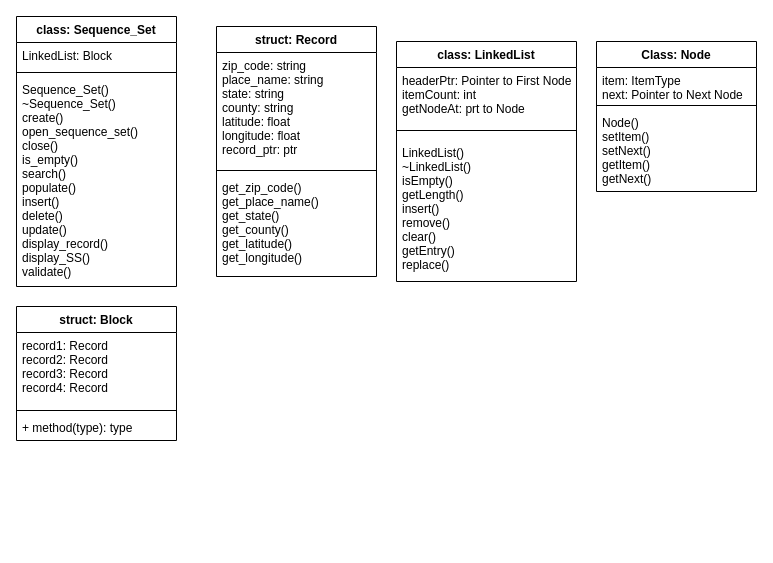
Before: UML.drawio in chrismd2/CSci-331-Goup-6, a draw.io diagram. Source tidied: cells renumbered, new cells numbered last; positions are measured from the earlier drawing's top-left corner, leaving out a move shared by most shapes. Both pictures are drawn from the tidied source at 100%, with x=0, y=0 at pixel (16, 16).
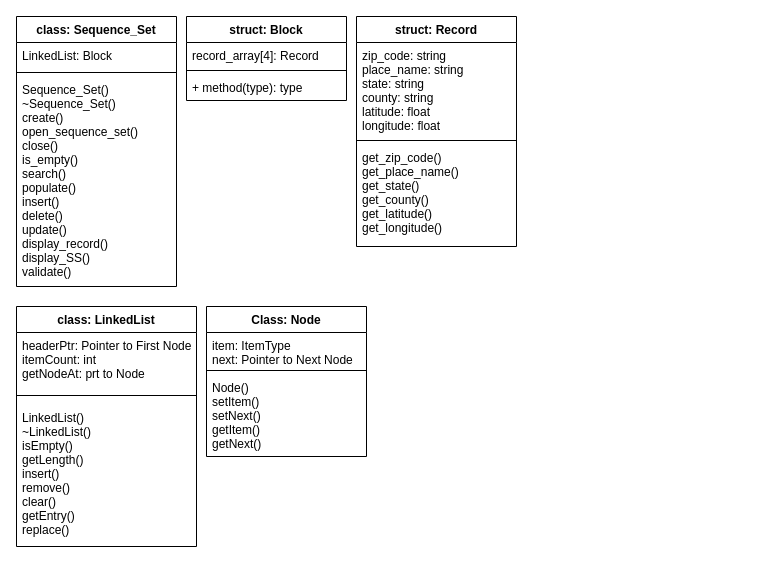
Above is the later version.

Commit message:
changed Block to array

The edit, as a diff of the source:
```diff
@@
     <mxCell id="6" value="struct: Record" style="swimlane;fontStyle=1;align=center;verticalAlign=top;horizontal=1;startSize=26;" parent="1" vertex="1">
-      <mxGeometry x="200" y="10" width="160" height="250" as="geometry" />
+      <mxGeometry x="340" width="160" height="230" as="geometry" />
     </mxCell>
-    <mxCell id="7" value="zip_code: string &#10;place_name: string&#10;state: string&#10;county: string&#10;latitude: float&#10;longitude: float&#10;record_ptr: ptr&#10;" style="text;strokeColor=none;fillColor=none;align=left;verticalAlign=top;spacingLeft=4;spacingRight=4;overflow=hidden;" parent="6" vertex="1">
-      <mxGeometry y="26" width="160" height="114" as="geometry" />
+    <mxCell id="7" value="zip_code: string &#10;place_name: string&#10;state: string&#10;county: string&#10;latitude: float&#10;longitude: float&#10;" style="text;strokeColor=none;fillColor=none;align=left;verticalAlign=top;spacingLeft=4;spacingRight=4;overflow=hidden;" parent="6" vertex="1">
+      <mxGeometry y="26" width="160" height="94" as="geometry" />
     </mxCell>
     <mxCell id="8" style="line;strokeWidth=1;fillColor=none;align=left;verticalAlign=middle;spacingTop=-1;spacingLeft=3;spacingRight=3;labelPosition=right;" parent="6" vertex="1">
-      <mxGeometry y="140" width="160" height="8" as="geometry" />
+      <mxGeometry y="120" width="160" height="8" as="geometry" />
     </mxCell>
     <mxCell id="9" value="get_zip_code()&#10;get_place_name()&#10;get_state()&#10;get_county()&#10;get_latitude()&#10;get_longitude()" style="text;strokeColor=none;fillColor=none;align=left;verticalAlign=top;spacingLeft=4;spacingRight=4;overflow=hidden;" parent="6" vertex="1">
-      <mxGeometry y="148" width="160" height="102" as="geometry" />
+      <mxGeometry y="128" width="160" height="102" as="geometry" />
     </mxCell>
     <mxCell id="10" value="class: LinkedList" style="swimlane;fontStyle=1;align=center;verticalAlign=top;horizontal=1;startSize=26;" parent="1" vertex="1">
-      <mxGeometry x="380" y="25" width="180" height="240" as="geometry" />
+      <mxGeometry y="290" width="180" height="240" as="geometry" />
     </mxCell>
@@
     <mxCell id="14" value="Class: Node" style="swimlane;fontStyle=1;align=center;verticalAlign=top;horizontal=1;startSize=26;" parent="1" vertex="1">
-      <mxGeometry x="580" y="25" width="160" height="150" as="geometry" />
+      <mxGeometry x="190" y="290" width="160" height="150" as="geometry" />
     </mxCell>
@@
     <mxCell id="18" value="struct: Block" style="swimlane;fontStyle=1;align=center;verticalAlign=top;horizontal=1;startSize=26;" parent="1" vertex="1">
-      <mxGeometry y="290" width="160" height="134" as="geometry" />
+      <mxGeometry x="170" width="160" height="84" as="geometry" />
     </mxCell>
-    <mxCell id="19" value="record1: Record&#10;record2: Record&#10;record3: Record&#10;record4: Record" style="text;strokeColor=none;fillColor=none;align=left;verticalAlign=top;spacingLeft=4;spacingRight=4;overflow=hidden;" parent="18" vertex="1">
-      <mxGeometry y="26" width="160" height="74" as="geometry" />
+    <mxCell id="19" value="record_array[4]: Record" style="text;strokeColor=none;fillColor=none;align=left;verticalAlign=top;spacingLeft=4;spacingRight=4;overflow=hidden;" parent="18" vertex="1">
+      <mxGeometry y="26" width="160" height="24" as="geometry" />
     </mxCell>
     <mxCell id="20" style="line;strokeWidth=1;fillColor=none;align=left;verticalAlign=middle;spacingTop=-1;spacingLeft=3;spacingRight=3;labelPosition=right;" parent="18" vertex="1">
-      <mxGeometry y="100" width="160" height="8" as="geometry" />
+      <mxGeometry y="50" width="160" height="8" as="geometry" />
     </mxCell>
     <mxCell id="21" value="+ method(type): type" style="text;strokeColor=none;fillColor=none;align=left;verticalAlign=top;spacingLeft=4;spacingRight=4;overflow=hidden;" parent="18" vertex="1">
-      <mxGeometry y="108" width="160" height="26" as="geometry" />
+      <mxGeometry y="58" width="160" height="26" as="geometry" />
     </mxCell>
```
